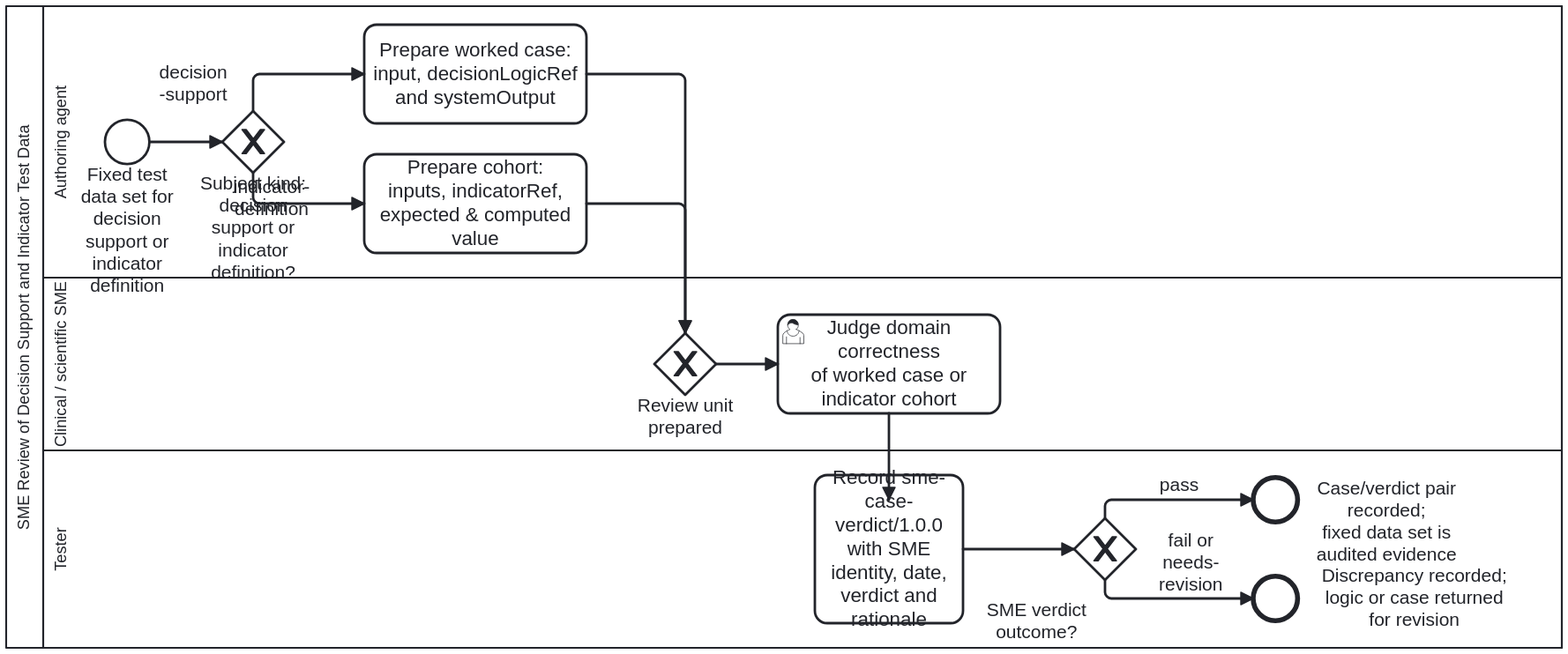
Earlier version of the BPMN export docs/assets/img/workflows/sme-test-data-review.svg (litlfred/cat-harness). Its source is kept beside it as processes/sdlc/sme-test-data-review.bpmn. Ids are renumbered.
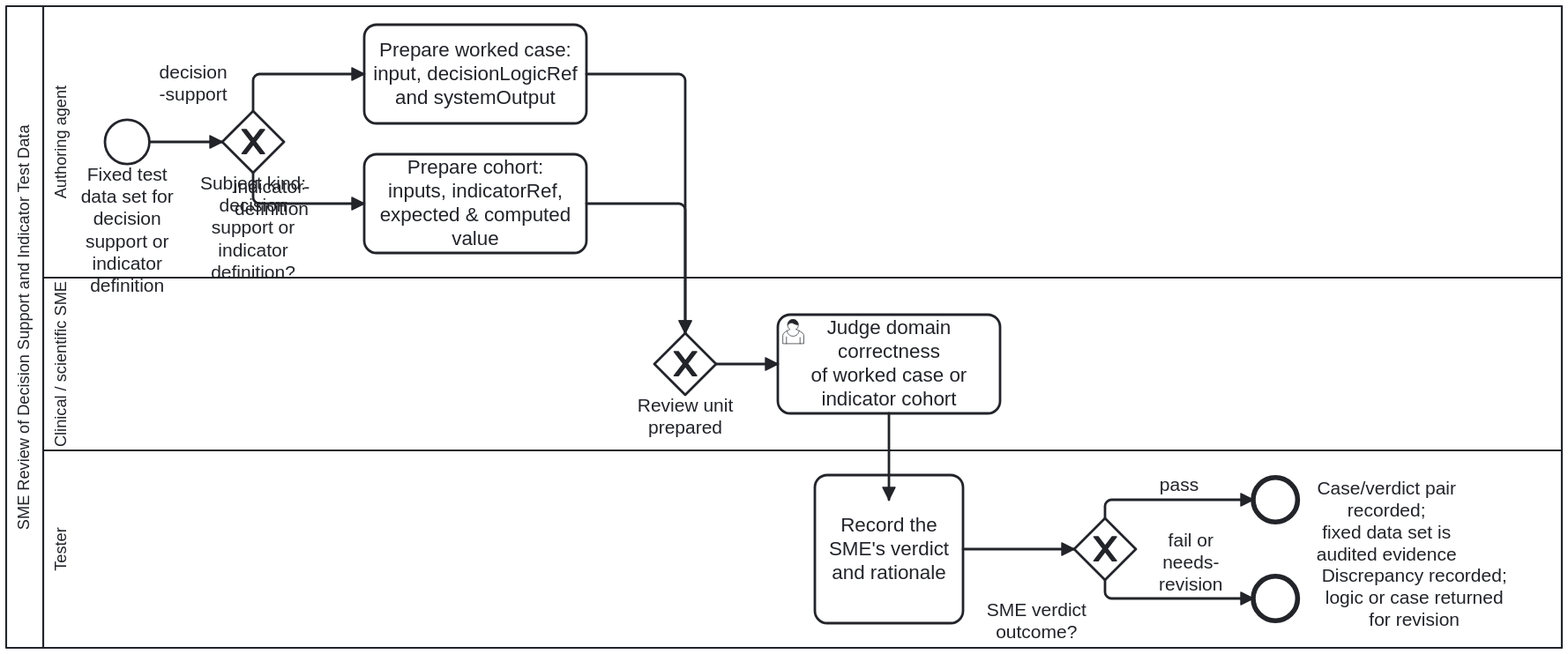
Above is the later version.

What changed in the source:
```diff
@@ -98,7 +98,7 @@
       <bpmn:outgoing>Flow_5</bpmn:outgoing>
     </bpmn:userTask>
 
-    <bpmn:task id="Task_RecordCaseVerdict" name="Record sme-case-verdict/1.0.0&#10;with SME identity, date,&#10;verdict and rationale">
+    <bpmn:task id="Task_RecordCaseVerdict" name="Record the SME's verdict and rationale">
       <bpmn:documentation>Write the `sme-case-verdict/1.0.0` node (`SmeCaseVerdictKind` in `schemas/sdlc/test-data.ts`) recording `dataSetRef`, `subjectKind`, the worked `case` or `cohort`, `verdict`, `rationale`, the SME's attributable human identity (`reviewer: { kind: &quot;human&quot;, provider, handle, role }`), and `reviewedAt` (ISO-8601 date/timestamp).</bpmn:documentation>
       <bpmn:extensionElements>
         <bootstrap.processes:skill ref="test-data-sets"/>
```
